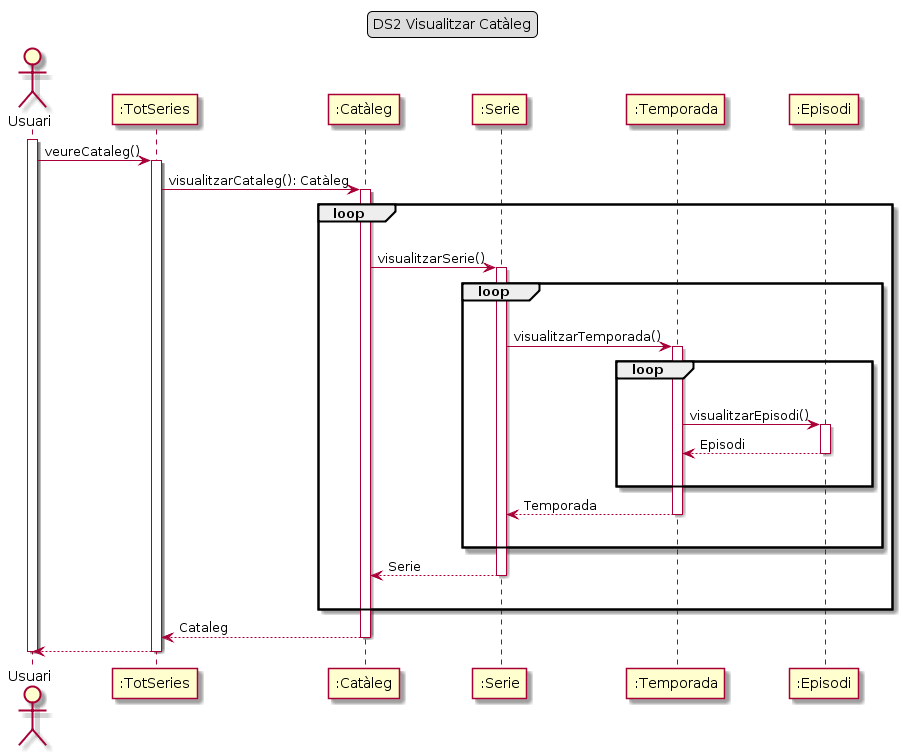
Before: Lab4/DS/DS2 Cataleg.png, a diagram exported from PlantUML (Ralleg314/DS).
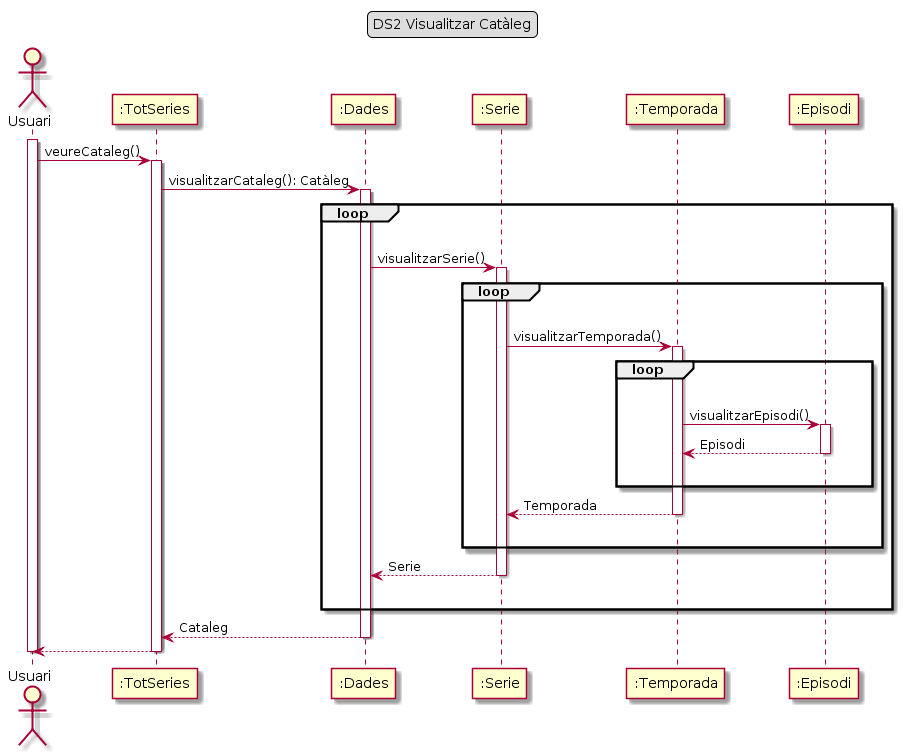
After the change.

What changed in the source:
```diff
@@ -7,7 +7,7 @@
 activate usuari
 
 participant ":TotSeries" as TS
-participant ":Catàleg" as cataleg
+participant ":Dades" as dades
 participant ":Serie" as serie
 participant ":Temporada" as temporada
 participant ":Episodi" as episodi
@@ -15,11 +15,11 @@
 usuari ->TS: veureCataleg()
 activate TS
 
-TS -> cataleg: visualitzarCataleg(): Catàleg
-activate cataleg
+TS -> dades: visualitzarCataleg(): Catàleg
+activate dades
 loop
     |||
-    cataleg ->serie : visualitzarSerie()
+    dades ->serie : visualitzarSerie()
     activate serie
     loop
         |||
@@ -37,12 +37,12 @@
         deactivate temporada
         |||
     end
-    serie --> cataleg : Serie
+    serie --> dades : Serie
     deactivate serie
     |||
 end
-cataleg --> TS : Cataleg
-deactivate cataleg
+dades --> TS : Cataleg
+deactivate dades
 TS --> usuari
 deactivate TS
 deactivate usuari
```
